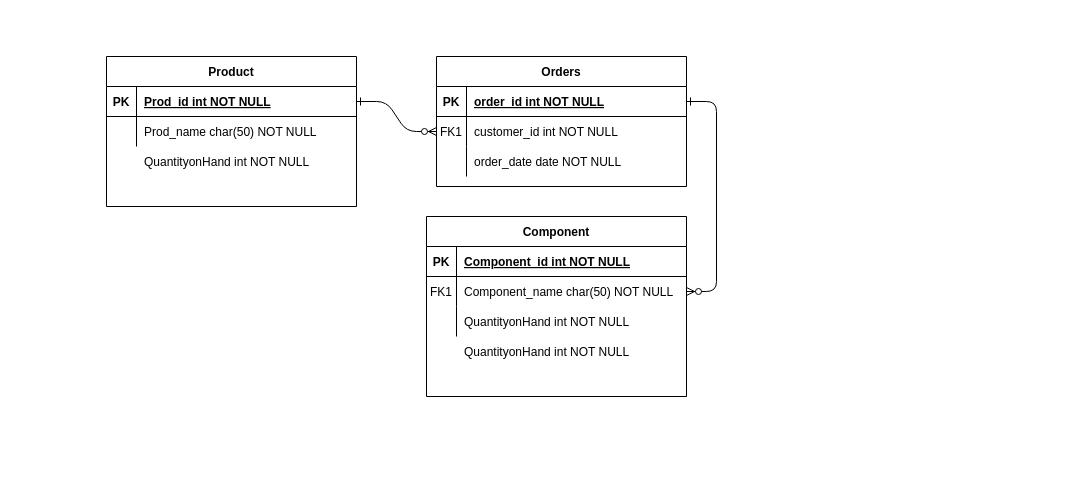
Earlier version of the draw.io diagram 2. Classes_Lab/5. Database Modelling Design/Charlie's Chocolate Factory.drawio (StephenKinggg/Data_Science_Course_Repo). Source tidied: cells renumbered, new cells numbered last; positions are measured from the earlier drawing's top-left corner, leaving out a move shared by most shapes. Both pictures are drawn from the tidied source at 100%, with x=0, y=0 at pixel (106, 56).
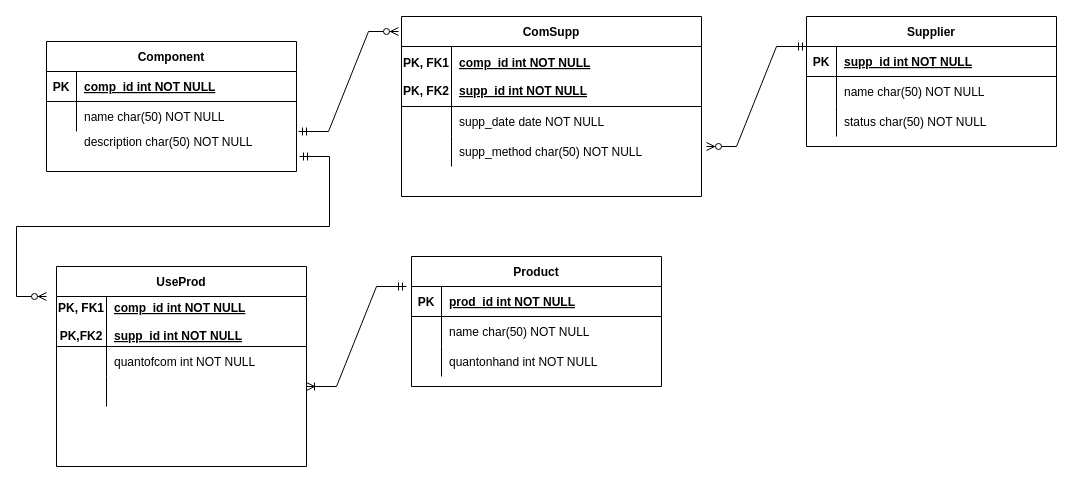
The same diagram, later.

Unchanged cells that the change refers to:
```xml
<mxCell id="25" style="shape=partialRectangle;fillColor=none;points=[[0,0.5],[1,0.5]];portConstraint=eastwest;top=0;left=0;right=0;bottom=1;" parent="24" vertex="1">
  <mxGeometry y="30" width="250" height="30" as="geometry" />
</mxCell>
<mxCell id="28" style="shape=partialRectangle;fillColor=none;top=0;left=0;right=0;bottom=0;" parent="24" vertex="1">
  <mxGeometry y="60" width="250" height="30" as="geometry" />
</mxCell>
```

Change to the diagram source:
```diff
@@
-    <mxCell id="2" style="edgeStyle=entityRelationEdgeStyle;endArrow=ERzeroToMany;startArrow=ERone;endFill=1;startFill=0;" parent="1" edge="1" source="25" target="8">
-      <mxGeometry relative="1" as="geometry" />
-    </mxCell>
-    <mxCell id="3" style="edgeStyle=entityRelationEdgeStyle;endArrow=ERzeroToMany;startArrow=ERone;endFill=1;startFill=0;" parent="1" edge="1" source="5" target="18">
-      <mxGeometry relative="1" as="geometry" />
-    </mxCell>
-    <mxCell id="4" value="Orders" style="shape=table;startSize=30;childLayout=tableLayout;rowLines=0;fontStyle=1;align=center;" parent="1" vertex="1">
-      <mxGeometry x="330" width="250" height="130" as="geometry" />
+    <mxCell id="4" value="ComSupp" style="shape=table;startSize=30;childLayout=tableLayout;rowLines=0;fontStyle=1;align=center;" parent="1" vertex="1">
+      <mxGeometry x="295" y="-40" width="300" height="180" as="geometry" />
     </mxCell>
     <mxCell id="5" style="shape=partialRectangle;fillColor=none;points=[[0,0.5],[1,0.5]];portConstraint=eastwest;top=0;left=0;right=0;bottom=1;" parent="4" vertex="1">
-      <mxGeometry y="30" width="250" height="30" as="geometry" />
+      <mxGeometry y="30" width="300" height="60" as="geometry" />
     </mxCell>
-    <mxCell id="6" value="PK" style="shape=partialRectangle;overflow=hidden;fillColor=none;top=0;left=0;bottom=0;right=0;fontStyle=1;" parent="5" vertex="1">
-      <mxGeometry width="30" height="30" as="geometry" />
+    <mxCell id="6" value="PK, FK1&#10;&#10;PK, FK2" style="shape=partialRectangle;overflow=hidden;fillColor=none;top=0;left=0;bottom=0;right=0;fontStyle=1;" parent="5" vertex="1">
+      <mxGeometry width="50" height="60" as="geometry" />
     </mxCell>
-    <mxCell id="7" value="order_id int NOT NULL " style="shape=partialRectangle;overflow=hidden;fillColor=none;top=0;left=0;bottom=0;right=0;align=left;spacingLeft=6;fontStyle=5;" parent="5" vertex="1">
-      <mxGeometry x="30" width="220" height="30" as="geometry" />
+    <mxCell id="7" value="comp_id int NOT NULL &#10;&#10;supp_id int NOT NULL" style="shape=partialRectangle;overflow=hidden;fillColor=none;top=0;left=0;bottom=0;right=0;align=left;spacingLeft=6;fontStyle=5;" parent="5" vertex="1">
+      <mxGeometry x="50" width="250" height="60" as="geometry" />
     </mxCell>
     <mxCell id="8" style="shape=partialRectangle;fillColor=none;points=[[0,0.5],[1,0.5]];portConstraint=eastwest;top=0;left=0;right=0;bottom=0;" parent="4" vertex="1">
-      <mxGeometry y="60" width="250" height="30" as="geometry" />
+      <mxGeometry y="90" width="300" height="30" as="geometry" />
     </mxCell>
-    <mxCell id="9" value="FK1" style="shape=partialRectangle;overflow=hidden;fillColor=none;top=0;left=0;bottom=0;right=0;" parent="8" vertex="1">
-      <mxGeometry width="30" height="30" as="geometry" />
+    <mxCell id="9" style="shape=partialRectangle;overflow=hidden;fillColor=none;top=0;left=0;bottom=0;right=0;" parent="8" vertex="1">
+      <mxGeometry width="50" height="30" as="geometry" />
     </mxCell>
-    <mxCell id="10" value="customer_id int NOT NULL" style="shape=partialRectangle;overflow=hidden;fillColor=none;top=0;left=0;bottom=0;right=0;align=left;spacingLeft=6;" parent="8" vertex="1">
-      <mxGeometry x="30" width="220" height="30" as="geometry" />
+    <mxCell id="10" value="supp_date date NOT NULL" style="shape=partialRectangle;overflow=hidden;fillColor=none;top=0;left=0;bottom=0;right=0;align=left;spacingLeft=6;" parent="8" vertex="1">
+      <mxGeometry x="50" width="250" height="30" as="geometry" />
     </mxCell>
     <mxCell id="11" style="shape=partialRectangle;fillColor=none;top=0;left=0;right=0;bottom=0;" parent="4" vertex="1">
-      <mxGeometry y="90" width="250" height="30" as="geometry" />
+      <mxGeometry y="120" width="300" height="30" as="geometry" />
     </mxCell>
     <mxCell id="12" style="shape=partialRectangle;overflow=hidden;fillColor=none;top=0;left=0;bottom=0;right=0;" parent="11" vertex="1">
-      <mxGeometry width="30" height="30" as="geometry" />
+      <mxGeometry width="50" height="30" as="geometry" />
     </mxCell>
-    <mxCell id="13" value="order_date date NOT NULL" style="shape=partialRectangle;overflow=hidden;fillColor=none;top=0;left=0;bottom=0;right=0;align=left;spacingLeft=6;" parent="11" vertex="1">
-      <mxGeometry x="30" width="220" height="30" as="geometry" />
+    <mxCell id="13" style="shape=partialRectangle;overflow=hidden;fillColor=none;top=0;left=0;bottom=0;right=0;align=left;spacingLeft=6;" parent="11" vertex="1">
+      <mxGeometry x="50" width="250" height="30" as="geometry" />
     </mxCell>
-    <mxCell id="14" value="Component" style="shape=table;startSize=30;childLayout=tableLayout;rowLines=0;fontStyle=1;align=center;" parent="1" vertex="1">
-      <mxGeometry x="320" y="160" width="260" height="180" as="geometry" />
+    <mxCell id="14" value="UseProd" style="shape=table;startSize=30;childLayout=tableLayout;rowLines=0;fontStyle=1;align=center;" parent="1" vertex="1">
+      <mxGeometry x="-50" y="210" width="250" height="200" as="geometry" />
     </mxCell>
     <mxCell id="15" style="shape=partialRectangle;fillColor=none;top=0;left=0;right=0;bottom=1;" parent="14" vertex="1">
-      <mxGeometry y="30" width="260" height="30" as="geometry" />
+      <mxGeometry y="30" width="250" height="50" as="geometry" />
     </mxCell>
-    <mxCell id="16" value="PK" style="shape=partialRectangle;overflow=hidden;fillColor=none;top=0;left=0;bottom=0;right=0;fontStyle=1;" parent="15" vertex="1">
-      <mxGeometry width="30" height="30" as="geometry" />
+    <mxCell id="16" value="PK, FK1&#10;&#10;PK,FK2" style="shape=partialRectangle;overflow=hidden;fillColor=none;top=0;left=0;bottom=0;right=0;fontStyle=1;" parent="15" vertex="1">
+      <mxGeometry width="50" height="50" as="geometry" />
     </mxCell>
-    <mxCell id="17" value="Component_id int NOT NULL " style="shape=partialRectangle;overflow=hidden;fillColor=none;top=0;left=0;bottom=0;right=0;align=left;spacingLeft=6;fontStyle=5;" parent="15" vertex="1">
-      <mxGeometry x="30" width="230" height="30" as="geometry" />
+    <mxCell id="17" value="comp_id int NOT NULL&#10;&#10;supp_id int NOT NULL" style="shape=partialRectangle;overflow=hidden;fillColor=none;top=0;left=0;bottom=0;right=0;align=left;spacingLeft=6;fontStyle=5;" parent="15" vertex="1">
+      <mxGeometry x="50" width="200" height="50" as="geometry" />
     </mxCell>
     <mxCell id="18" style="shape=partialRectangle;fillColor=none;points=[[0,0.5],[1,0.5]];portConstraint=eastwest;top=0;left=0;right=0;bottom=0;" parent="14" vertex="1">
-      <mxGeometry y="60" width="260" height="30" as="geometry" />
+      <mxGeometry y="80" width="250" height="30" as="geometry" />
     </mxCell>
-    <mxCell id="19" value="FK1" style="shape=partialRectangle;overflow=hidden;fillColor=none;top=0;left=0;bottom=0;right=0;" parent="18" vertex="1">
-      <mxGeometry width="30" height="30" as="geometry" />
+    <mxCell id="19" style="shape=partialRectangle;overflow=hidden;fillColor=none;top=0;left=0;bottom=0;right=0;" parent="18" vertex="1">
+      <mxGeometry width="50" height="30" as="geometry" />
     </mxCell>
-    <mxCell id="20" value="Component_name char(50) NOT NULL" style="shape=partialRectangle;overflow=hidden;fillColor=none;top=0;left=0;bottom=0;right=0;align=left;spacingLeft=6;" parent="18" vertex="1">
-      <mxGeometry x="30" width="230" height="30" as="geometry" />
+    <mxCell id="20" value="quantofcom int NOT NULL" style="shape=partialRectangle;overflow=hidden;fillColor=none;top=0;left=0;bottom=0;right=0;align=left;spacingLeft=6;" parent="18" vertex="1">
+      <mxGeometry x="50" width="200" height="30" as="geometry" />
     </mxCell>
     <mxCell id="21" style="shape=partialRectangle;fillColor=none;top=0;left=0;right=0;bottom=0;" parent="14" vertex="1">
-      <mxGeometry y="90" width="260" height="30" as="geometry" />
+      <mxGeometry y="110" width="250" height="30" as="geometry" />
     </mxCell>
     <mxCell id="22" style="shape=partialRectangle;overflow=hidden;fillColor=none;top=0;left=0;bottom=0;right=0;" parent="21" vertex="1">
-      <mxGeometry width="30" height="30" as="geometry" />
+      <mxGeometry width="50" height="30" as="geometry" />
     </mxCell>
-    <mxCell id="23" value="QuantityonHand int NOT NULL" style="shape=partialRectangle;overflow=hidden;fillColor=none;top=0;left=0;bottom=0;right=0;align=left;spacingLeft=6;" parent="21" vertex="1">
-      <mxGeometry x="30" width="230" height="30" as="geometry" />
+    <mxCell id="23" style="shape=partialRectangle;overflow=hidden;fillColor=none;top=0;left=0;bottom=0;right=0;align=left;spacingLeft=6;" parent="21" vertex="1">
+      <mxGeometry x="50" width="200" height="30" as="geometry" />
     </mxCell>
-    <mxCell id="24" value="Product" style="shape=table;startSize=30;childLayout=tableLayout;rowLines=0;fontStyle=1;align=center;" parent="1" vertex="1">
-      <mxGeometry width="250" height="150" as="geometry" />
+    <mxCell id="24" value="Component" style="shape=table;startSize=30;childLayout=tableLayout;rowLines=0;fontStyle=1;align=center;" parent="1" vertex="1">
+      <mxGeometry x="-60" y="-15" width="250" height="130" as="geometry" />
     </mxCell>
@@
-    <mxCell id="27" value="Prod_id int NOT NULL " style="shape=partialRectangle;overflow=hidden;fillColor=none;top=0;left=0;bottom=0;right=0;align=left;spacingLeft=6;fontStyle=5;" parent="25" vertex="1">
+    <mxCell id="27" value="comp_id int NOT NULL " style="shape=partialRectangle;overflow=hidden;fillColor=none;top=0;left=0;bottom=0;right=0;align=left;spacingLeft=6;fontStyle=5;" parent="25" vertex="1">
       <mxGeometry x="30" width="220" height="30" as="geometry" />
     </mxCell>
@@
-    <mxCell id="30" value="Prod_name char(50) NOT NULL" style="shape=partialRectangle;overflow=hidden;fillColor=none;top=0;left=0;bottom=0;right=0;align=left;spacingLeft=6;" parent="28" vertex="1">
+    <mxCell id="30" value="name char(50) NOT NULL" style="shape=partialRectangle;overflow=hidden;fillColor=none;top=0;left=0;bottom=0;right=0;align=left;spacingLeft=6;" parent="28" vertex="1">
       <mxGeometry x="30" width="220" height="30" as="geometry" />
     </mxCell>
-    <mxCell id="31" style="shape=partialRectangle;fillColor=none;top=0;left=0;right=0;bottom=0;" parent="1" vertex="1">
-      <mxGeometry y="90" width="250" height="30" as="geometry" />
-    </mxCell>
-    <mxCell id="32" style="shape=partialRectangle;overflow=hidden;fillColor=none;top=0;left=0;bottom=0;right=0;" parent="31" vertex="1">
-      <mxGeometry width="30" height="30" as="geometry" />
-    </mxCell>
-    <mxCell id="33" value="QuantityonHand int NOT NULL" style="shape=partialRectangle;overflow=hidden;fillColor=none;top=0;left=0;bottom=0;right=0;align=left;spacingLeft=6;" parent="31" vertex="1">
-      <mxGeometry x="30" width="220" height="30" as="geometry" />
-    </mxCell>
-    <mxCell id="34" style="shape=partialRectangle;fillColor=none;top=0;left=0;right=0;bottom=0;" parent="1" vertex="1">
-      <mxGeometry x="320" y="280" width="260" height="30" as="geometry" />
-    </mxCell>
-    <mxCell id="35" style="shape=partialRectangle;overflow=hidden;fillColor=none;top=0;left=0;bottom=0;right=0;" parent="34" vertex="1">
-      <mxGeometry width="30" height="30" as="geometry" />
-    </mxCell>
-    <mxCell id="36" value="QuantityonHand int NOT NULL" style="shape=partialRectangle;overflow=hidden;fillColor=none;top=0;left=0;bottom=0;right=0;align=left;spacingLeft=6;" parent="34" vertex="1">
-      <mxGeometry x="30" width="230" height="30" as="geometry" />
-    </mxCell>
+    <mxCell id="37" value="Product" style="shape=table;startSize=30;childLayout=tableLayout;rowLines=0;fontStyle=1;align=center;" parent="1" vertex="1">
+      <mxGeometry x="305" y="200" width="250" height="130" as="geometry" />
+    </mxCell>
+    <mxCell id="38" style="shape=partialRectangle;fillColor=none;top=0;left=0;right=0;bottom=1;" parent="37" vertex="1">
+      <mxGeometry y="30" width="250" height="30" as="geometry" />
+    </mxCell>
+    <mxCell id="39" value="PK" style="shape=partialRectangle;overflow=hidden;fillColor=none;top=0;left=0;bottom=0;right=0;fontStyle=1;" parent="38" vertex="1">
+      <mxGeometry width="30" height="30" as="geometry" />
+    </mxCell>
+    <mxCell id="40" value="prod_id int NOT NULL " style="shape=partialRectangle;overflow=hidden;fillColor=none;top=0;left=0;bottom=0;right=0;align=left;spacingLeft=6;fontStyle=5;" parent="38" vertex="1">
+      <mxGeometry x="30" width="220" height="30" as="geometry" />
+    </mxCell>
+    <mxCell id="41" style="shape=partialRectangle;fillColor=none;top=0;left=0;right=0;bottom=0;" parent="37" vertex="1">
+      <mxGeometry y="60" width="250" height="30" as="geometry" />
+    </mxCell>
+    <mxCell id="42" style="shape=partialRectangle;overflow=hidden;fillColor=none;top=0;left=0;bottom=0;right=0;" parent="41" vertex="1">
+      <mxGeometry width="30" height="30" as="geometry" />
+    </mxCell>
+    <mxCell id="43" value="name char(50) NOT NULL" style="shape=partialRectangle;overflow=hidden;fillColor=none;top=0;left=0;bottom=0;right=0;align=left;spacingLeft=6;" parent="41" vertex="1">
+      <mxGeometry x="30" width="220" height="30" as="geometry" />
+    </mxCell>
+    <mxCell id="44" style="shape=partialRectangle;fillColor=none;top=0;left=0;right=0;bottom=0;" parent="37" vertex="1">
+      <mxGeometry y="90" width="250" height="30" as="geometry" />
+    </mxCell>
+    <mxCell id="45" style="shape=partialRectangle;overflow=hidden;fillColor=none;top=0;left=0;bottom=0;right=0;" parent="44" vertex="1">
+      <mxGeometry width="30" height="30" as="geometry" />
+    </mxCell>
+    <mxCell id="46" value="quantonhand int NOT NULL" style="shape=partialRectangle;overflow=hidden;fillColor=none;top=0;left=0;bottom=0;right=0;align=left;spacingLeft=6;" parent="44" vertex="1">
+      <mxGeometry x="30" width="220" height="30" as="geometry" />
+    </mxCell>
+    <mxCell id="47" value="Supplier" style="shape=table;startSize=30;childLayout=tableLayout;rowLines=0;fontStyle=1;align=center;" parent="1" vertex="1">
+      <mxGeometry x="700" y="-40" width="250" height="130" as="geometry" />
+    </mxCell>
+    <mxCell id="48" style="shape=partialRectangle;fillColor=none;top=0;left=0;right=0;bottom=1;" parent="47" vertex="1">
+      <mxGeometry y="30" width="250" height="30" as="geometry" />
+    </mxCell>
+    <mxCell id="49" value="PK" style="shape=partialRectangle;overflow=hidden;fillColor=none;top=0;left=0;bottom=0;right=0;fontStyle=1;" parent="48" vertex="1">
+      <mxGeometry width="30" height="30" as="geometry" />
+    </mxCell>
+    <mxCell id="50" value="supp_id int NOT NULL " style="shape=partialRectangle;overflow=hidden;fillColor=none;top=0;left=0;bottom=0;right=0;align=left;spacingLeft=6;fontStyle=5;" parent="48" vertex="1">
+      <mxGeometry x="30" width="220" height="30" as="geometry" />
+    </mxCell>
+    <mxCell id="51" style="shape=partialRectangle;fillColor=none;top=0;left=0;right=0;bottom=0;" parent="47" vertex="1">
+      <mxGeometry y="60" width="250" height="30" as="geometry" />
+    </mxCell>
+    <mxCell id="52" style="shape=partialRectangle;overflow=hidden;fillColor=none;top=0;left=0;bottom=0;right=0;" parent="51" vertex="1">
+      <mxGeometry width="30" height="30" as="geometry" />
+    </mxCell>
+    <mxCell id="53" value="name char(50) NOT NULL" style="shape=partialRectangle;overflow=hidden;fillColor=none;top=0;left=0;bottom=0;right=0;align=left;spacingLeft=6;" parent="51" vertex="1">
+      <mxGeometry x="30" width="220" height="30" as="geometry" />
+    </mxCell>
+    <mxCell id="54" style="shape=partialRectangle;fillColor=none;top=0;left=0;right=0;bottom=0;" parent="47" vertex="1">
+      <mxGeometry y="90" width="250" height="30" as="geometry" />
+    </mxCell>
+    <mxCell id="55" style="shape=partialRectangle;overflow=hidden;fillColor=none;top=0;left=0;bottom=0;right=0;" parent="54" vertex="1">
+      <mxGeometry width="30" height="30" as="geometry" />
+    </mxCell>
+    <mxCell id="56" style="shape=partialRectangle;overflow=hidden;fillColor=none;top=0;left=0;bottom=0;right=0;align=left;spacingLeft=6;" parent="54" vertex="1">
+      <mxGeometry x="30" width="220" height="30" as="geometry" />
+    </mxCell>
+    <mxCell id="57" style="shape=partialRectangle;fillColor=none;points=[[0,0.5],[1,0.5]];portConstraint=eastwest;top=0;left=0;right=0;bottom=0;" parent="1" vertex="1">
+      <mxGeometry x="-60" y="70" width="250" height="30" as="geometry" />
+    </mxCell>
+    <mxCell id="58" style="shape=partialRectangle;overflow=hidden;fillColor=none;top=0;left=0;bottom=0;right=0;" parent="57" vertex="1">
+      <mxGeometry width="30" height="30" as="geometry" />
+    </mxCell>
+    <mxCell id="59" value="description char(50) NOT NULL" style="shape=partialRectangle;overflow=hidden;fillColor=none;top=0;left=0;bottom=0;right=0;align=left;spacingLeft=6;" parent="57" vertex="1">
+      <mxGeometry x="30" width="220" height="30" as="geometry" />
+    </mxCell>
+    <mxCell id="60" value="supp_method char(50) NOT NULL" style="shape=partialRectangle;overflow=hidden;fillColor=none;top=0;left=0;bottom=0;right=0;align=left;spacingLeft=6;" parent="1" vertex="1">
+      <mxGeometry x="345" y="80" width="250" height="30" as="geometry" />
+    </mxCell>
+    <mxCell id="61" style="edgeStyle=entityRelationEdgeStyle;fontSize=12;html=1;endArrow=ERzeroToMany;startArrow=ERmandOne;rounded=0;" parent="1" edge="1">
+      <mxGeometry relative="1" as="geometry">
+        <mxPoint x="192" y="75" as="sourcePoint" />
+        <mxPoint x="292" y="-25" as="targetPoint" />
+      </mxGeometry>
+    </mxCell>
+    <mxCell id="62" style="edgeStyle=entityRelationEdgeStyle;fontSize=12;html=1;endArrow=ERzeroToMany;startArrow=ERmandOne;rounded=0;exitX=1.012;exitY=1;exitDx=0;exitDy=0;exitPerimeter=0;" parent="1" edge="1" source="57">
+      <mxGeometry relative="1" as="geometry">
+        <mxPoint x="-60" y="240" as="targetPoint" />
+      </mxGeometry>
+    </mxCell>
+    <mxCell id="63" style="edgeStyle=entityRelationEdgeStyle;fontSize=12;html=1;endArrow=ERmandOne;startArrow=ERoneToMany;rounded=0;" parent="1" edge="1">
+      <mxGeometry relative="1" as="geometry">
+        <mxPoint x="200" y="330" as="sourcePoint" />
+        <mxPoint x="300" y="230" as="targetPoint" />
+      </mxGeometry>
+    </mxCell>
+    <mxCell id="64" style="edgeStyle=entityRelationEdgeStyle;fontSize=12;html=1;endArrow=ERmandOne;startArrow=ERzeroToMany;rounded=0;" parent="1" edge="1">
+      <mxGeometry relative="1" as="geometry">
+        <mxPoint x="600" y="90" as="sourcePoint" />
+        <mxPoint x="700" y="-10" as="targetPoint" />
+      </mxGeometry>
+    </mxCell>
+    <mxCell id="65" value="status char(50) NOT NULL" style="shape=partialRectangle;overflow=hidden;fillColor=none;top=0;left=0;bottom=0;right=0;align=left;spacingLeft=6;" parent="1" vertex="1">
+      <mxGeometry x="730" y="50" width="220" height="30" as="geometry" />
+    </mxCell>
```
